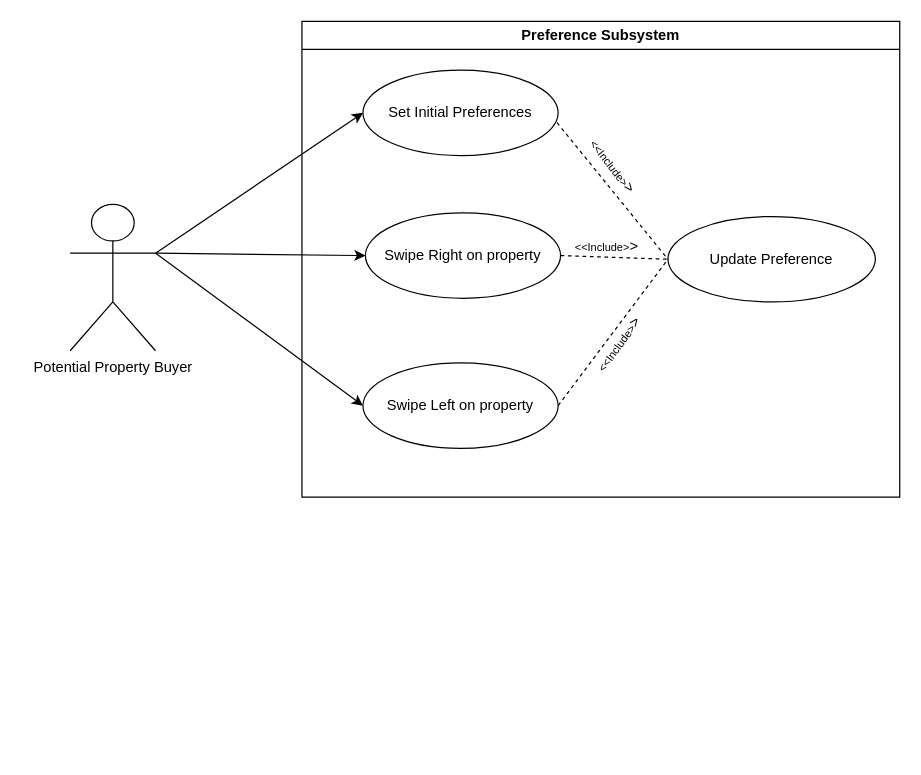
This is diagrams/use-case diagrams/preferences-usecase.drawio from COS301-SE-2023/EstateMatch, a draw.io file, before an edit. Source tidied: cells renumbered, new cells numbered last; positions are measured from the earlier drawing's top-left corner, leaving out a move shared by most shapes. Both pictures are drawn from the tidied source at 122%, with x=0, y=0 at pixel (70, 21).
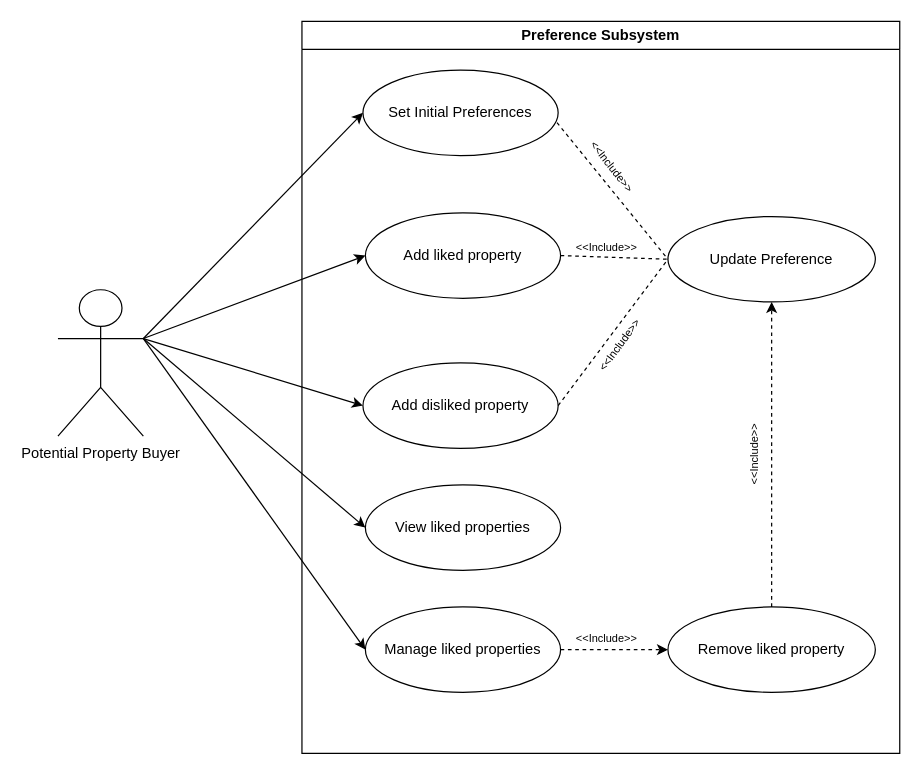
The same page after the edit.

Commit message:
📝 (diagram) Preference Subsystem Use case done

The change refers to these unchanged cells:
```xml
<mxCell id="10" value="Update Preference" style="ellipse;whiteSpace=wrap;html=1;" parent="6" vertex="1">
  <mxGeometry x="300" y="160" width="170" height="70" as="geometry" />
</mxCell>
```

What changed in the source:
```diff
@@
+    <mxCell id="17" style="edgeStyle=none;html=1;exitX=1;exitY=0.3333333333333333;exitDx=0;exitDy=0;exitPerimeter=0;entryX=0;entryY=0.5;entryDx=0;entryDy=0;" parent="1" edge="1" source="5" target="19">
+      <mxGeometry relative="1" as="geometry" />
+    </mxCell>
+    <mxCell id="18" style="edgeStyle=none;html=1;exitX=1;exitY=0.3333333333333333;exitDx=0;exitDy=0;exitPerimeter=0;entryX=0;entryY=0.5;entryDx=0;entryDy=0;" parent="1" edge="1" source="5" target="21">
+      <mxGeometry relative="1" as="geometry" />
+    </mxCell>
     <mxCell id="5" value="Potential Property Buyer" style="shape=umlActor;verticalLabelPosition=bottom;verticalAlign=top;html=1;" parent="1" vertex="1">
-      <mxGeometry y="150" width="70" height="120" as="geometry" />
+      <mxGeometry x="-10" y="220" width="70" height="120" as="geometry" />
     </mxCell>
     <mxCell id="6" value="Preference Subsystem" style="swimlane;whiteSpace=wrap;html=1;" parent="1" vertex="1">
-      <mxGeometry x="190" width="490" height="390" as="geometry" />
+      <mxGeometry x="190" width="490" height="600" as="geometry" />
     </mxCell>
@@
-    <mxCell id="8" value="Swipe Right on property" style="ellipse;whiteSpace=wrap;html=1;" parent="6" vertex="1">
+    <mxCell id="8" value="Add liked property" style="ellipse;whiteSpace=wrap;html=1;" parent="6" vertex="1">
       <mxGeometry x="52" y="157" width="160" height="70" as="geometry" />
     </mxCell>
-    <mxCell id="9" value="Swipe Left on property" style="ellipse;whiteSpace=wrap;html=1;" parent="6" vertex="1">
+    <mxCell id="9" value="Add disliked property" style="ellipse;whiteSpace=wrap;html=1;" parent="6" vertex="1">
       <mxGeometry x="50" y="280" width="160" height="70" as="geometry" />
     </mxCell>
@@
-    <mxCell id="14" value="&lt;font style=&quot;font-size: 9px;&quot;&gt;&amp;lt;&amp;lt;Include&amp;gt;&lt;/font&gt;&amp;gt;" style="text;html=1;strokeColor=none;fillColor=none;align=center;verticalAlign=middle;whiteSpace=wrap;rounded=0;rotation=52;" parent="6" vertex="1">
+    <mxCell id="14" value="&lt;font style=&quot;font-size: 9px;&quot;&gt;&amp;lt;&amp;lt;Include&amp;gt;&amp;gt;&lt;/font&gt;" style="text;html=1;strokeColor=none;fillColor=none;align=center;verticalAlign=middle;whiteSpace=wrap;rounded=0;rotation=52;" parent="6" vertex="1">
       <mxGeometry x="225" y="104" width="60" height="30" as="geometry" />
     </mxCell>
-    <mxCell id="15" value="&lt;font style=&quot;font-size: 9px;&quot;&gt;&amp;lt;&amp;lt;Include&amp;gt;&lt;/font&gt;&amp;gt;" style="text;html=1;strokeColor=none;fillColor=none;align=center;verticalAlign=middle;whiteSpace=wrap;rounded=0;rotation=-53.8;" parent="6" vertex="1">
+    <mxCell id="15" value="&lt;font style=&quot;font-size: 9px;&quot;&gt;&amp;lt;&amp;lt;Include&amp;gt;&amp;gt;&lt;/font&gt;" style="text;html=1;strokeColor=none;fillColor=none;align=center;verticalAlign=middle;whiteSpace=wrap;rounded=0;rotation=-53.8;" parent="6" vertex="1">
       <mxGeometry x="230" y="250" width="60" height="30" as="geometry" />
     </mxCell>
-    <mxCell id="16" value="&lt;font style=&quot;font-size: 9px;&quot;&gt;&amp;lt;&amp;lt;Include&amp;gt;&lt;/font&gt;&amp;gt;" style="text;html=1;strokeColor=none;fillColor=none;align=center;verticalAlign=middle;whiteSpace=wrap;rounded=0;" parent="6" vertex="1">
+    <mxCell id="16" value="&lt;font style=&quot;font-size: 9px;&quot;&gt;&amp;lt;&amp;lt;Include&amp;gt;&amp;gt;&lt;/font&gt;" style="text;html=1;strokeColor=none;fillColor=none;align=center;verticalAlign=middle;whiteSpace=wrap;rounded=0;" parent="6" vertex="1">
       <mxGeometry x="220" y="170" width="60" height="30" as="geometry" />
     </mxCell>
+    <mxCell id="19" value="View liked properties" style="ellipse;whiteSpace=wrap;html=1;" parent="6" vertex="1">
+      <mxGeometry x="52" y="380" width="160" height="70" as="geometry" />
+    </mxCell>
+    <mxCell id="20" style="edgeStyle=none;html=1;exitX=1;exitY=0.5;exitDx=0;exitDy=0;entryX=0;entryY=0.5;entryDx=0;entryDy=0;dashed=1;" parent="6" edge="1" source="21" target="23">
+      <mxGeometry relative="1" as="geometry" />
+    </mxCell>
+    <mxCell id="21" value="Manage liked properties" style="ellipse;whiteSpace=wrap;html=1;" parent="6" vertex="1">
+      <mxGeometry x="52" y="480" width="160" height="70" as="geometry" />
+    </mxCell>
+    <mxCell id="22" style="edgeStyle=none;html=1;exitX=0.5;exitY=0;exitDx=0;exitDy=0;entryX=0.5;entryY=1;entryDx=0;entryDy=0;dashed=1;" parent="6" edge="1" source="23" target="10">
+      <mxGeometry relative="1" as="geometry" />
+    </mxCell>
+    <mxCell id="23" value="Remove liked property" style="ellipse;whiteSpace=wrap;html=1;" parent="6" vertex="1">
+      <mxGeometry x="300" y="480" width="170" height="70" as="geometry" />
+    </mxCell>
+    <mxCell id="24" value="&lt;font style=&quot;font-size: 9px;&quot;&gt;&amp;lt;&amp;lt;Include&amp;gt;&amp;gt;&lt;/font&gt;" style="text;html=1;strokeColor=none;fillColor=none;align=center;verticalAlign=middle;whiteSpace=wrap;rounded=0;" parent="6" vertex="1">
+      <mxGeometry x="220" y="490" width="60" height="30" as="geometry" />
+    </mxCell>
+    <mxCell id="25" value="&lt;font style=&quot;font-size: 9px;&quot;&gt;&amp;lt;&amp;lt;Include&amp;gt;&amp;gt;&lt;/font&gt;" style="text;html=1;strokeColor=none;fillColor=none;align=center;verticalAlign=middle;whiteSpace=wrap;rounded=0;rotation=-90;" parent="6" vertex="1">
+      <mxGeometry x="340" y="340" width="60" height="30" as="geometry" />
+    </mxCell>
```
